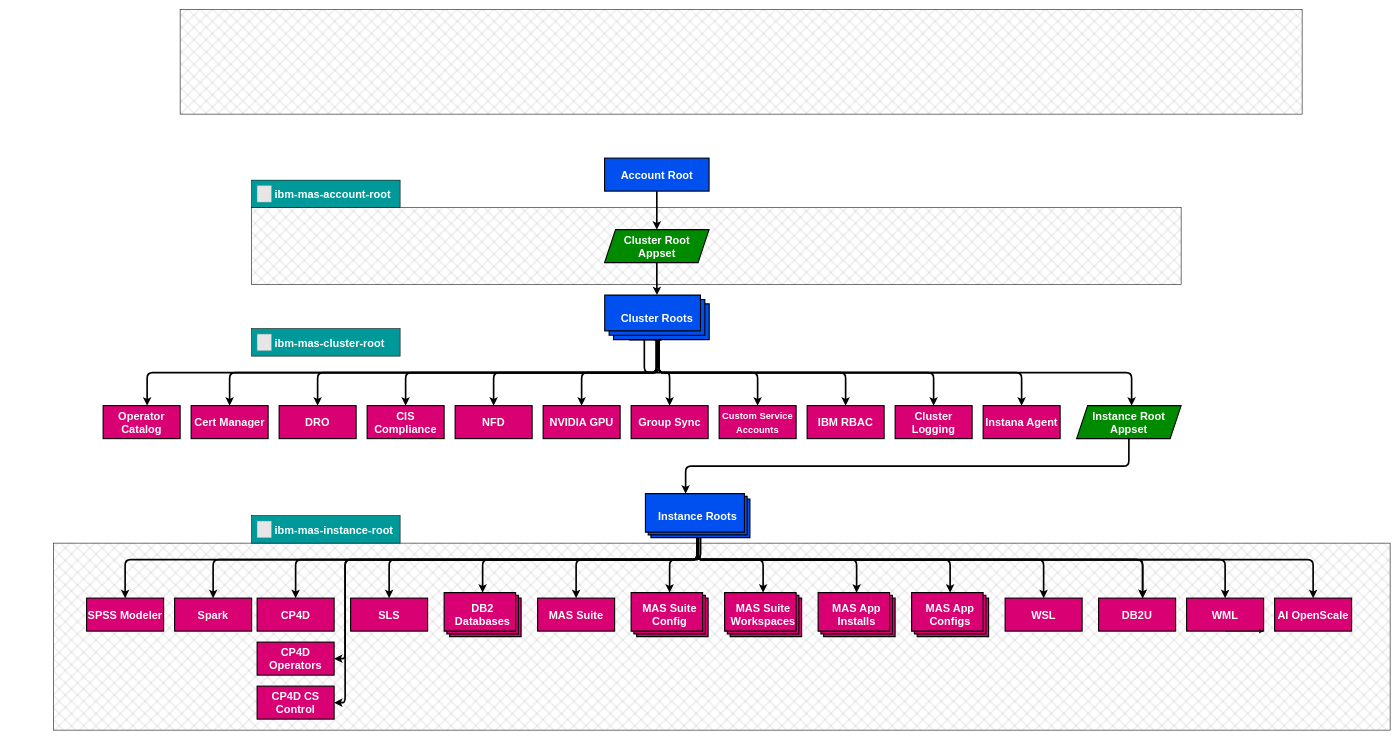
The draw.io diagram docs/drawio/appstructure.drawio in ibm-mas/gitops, before the edit. Source tidied: cells renumbered, new cells numbered last; positions are measured from the earlier drawing's top-left corner, leaving out a move shared by most shapes. Both pictures are drawn from the tidied source at 55%, with x=0, y=0 at pixel (53, 9). Pictures stored in the file or linked from it are replaced by grey dashed boxes.
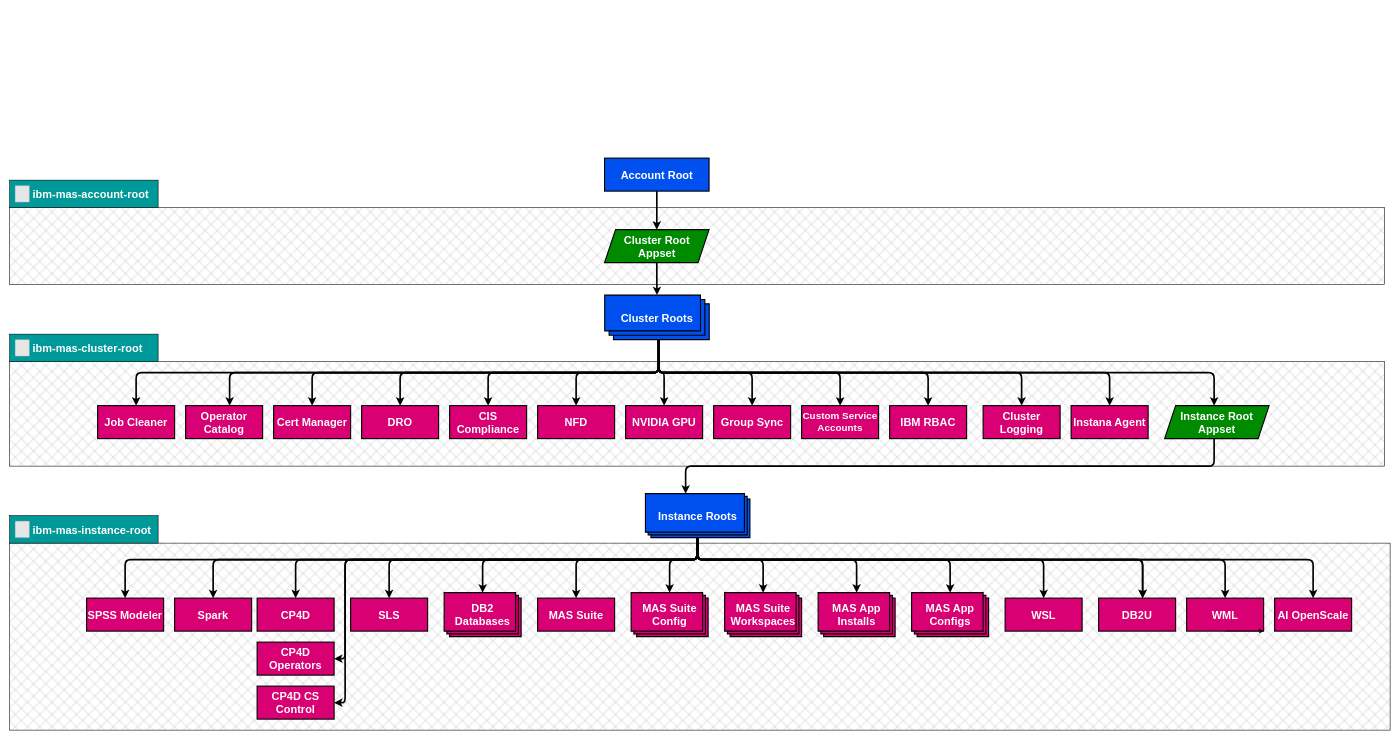
The same page after the edit.

The change refers to these unchanged cells:
```xml
<mxCell id="25" value="&lt;span style=&quot;color: rgb(255, 255, 255); font-family: Helvetica; font-size: 20px; font-style: normal; font-variant-ligatures: normal; font-variant-caps: normal; letter-spacing: normal; orphans: 2; text-indent: 0px; text-transform: none; widows: 2; word-spacing: 0px; -webkit-text-stroke-width: 0px; text-decoration-thickness: initial; text-decoration-style: initial; text-decoration-color: initial; float: none; display: inline !important;&quot;&gt;Cluster Roots&lt;/span&gt;" style="verticalLabelPosition=middle;verticalAlign=middle;html=1;shape=mxgraph.basic.layered_rect;dx=15.94;outlineConnect=0;fillColor=#0050ef;fontColor=#ffffff;strokeColor=#000000;labelPosition=center;align=center;labelBackgroundColor=none;whiteSpace=wrap;horizontal=1;fontStyle=1;fontSize=20;strokeWidth=2;spacing=0;" parent="1" vertex="1">
  <mxGeometry x="1002" y="519" width="190" height="81" as="geometry" />
</mxCell>
<mxCell id="36" value="Instance Roots" style="verticalLabelPosition=middle;verticalAlign=middle;html=1;shape=mxgraph.basic.layered_rect;dx=10;outlineConnect=0;fillColor=#0050ef;fontColor=#ffffff;strokeColor=#000000;labelPosition=center;align=center;labelBackgroundColor=none;whiteSpace=wrap;horizontal=1;fontStyle=1;fontSize=20;strokeWidth=2;spacing=0;" parent="1" vertex="1">
  <mxGeometry x="1076" y="880" width="190" height="80" as="geometry" />
</mxCell>
<mxCell id="63" value="CP4D Operators" style="rounded=0;whiteSpace=wrap;html=1;fillColor=#d80073;strokeColor=#000000;fontColor=#ffffff;fontStyle=1;fontSize=20;strokeWidth=2;align=center;spacing=0;" parent="1" vertex="1">
  <mxGeometry x="370" y="1150" width="140" height="60" as="geometry" />
</mxCell>
<mxCell id="64" value="CP4D CS Control" style="rounded=0;whiteSpace=wrap;html=1;fillColor=#d80073;strokeColor=#000000;fontColor=#ffffff;fontStyle=1;fontSize=20;strokeWidth=2;align=center;spacing=0;" parent="1" vertex="1">
  <mxGeometry x="370" y="1230" width="140" height="60" as="geometry" />
</mxCell>
```

The edit, as a diff of the source:
```diff
@@
+    <mxCell id="73" style="rounded=0;whiteSpace=wrap;html=1;strokeColor=#000000;strokeWidth=1;fontSize=20;fillColor=#9C9C9C;fillStyle=cross-hatch;" parent="1" vertex="1">
+      <mxGeometry x="-80" y="640" width="2500" height="190" as="geometry" />
+    </mxCell>
     <mxCell id="2" style="rounded=0;whiteSpace=wrap;html=1;strokeColor=#000000;strokeWidth=1;fontSize=20;fillColor=#9C9C9C;fillStyle=cross-hatch;" parent="1" vertex="1">
-      <mxGeometry y="970" width="2430" height="340" as="geometry" />
+      <mxGeometry x="-80" y="970" width="2510" height="340" as="geometry" />
     </mxCell>
     <mxCell id="3" style="rounded=0;whiteSpace=wrap;html=1;strokeColor=#000000;strokeWidth=1;fontSize=20;fillColor=#9C9C9C;fillStyle=cross-hatch;" parent="1" vertex="1">
-      <mxGeometry x="360" y="360" width="1690" height="140" as="geometry" />
+      <mxGeometry x="-80" y="360" width="2500" height="140" as="geometry" />
     </mxCell>
@@
-    <mxCell id="8" style="edgeStyle=orthogonalEdgeStyle;html=1;strokeWidth=3;orthogonal=1;strokeColor=#000000;exitX=0.5;exitY=1;exitDx=0;exitDy=0;" parent="1" edge="1" source="9">
+    <mxCell id="8" style="edgeStyle=orthogonalEdgeStyle;html=1;strokeWidth=3;orthogonal=1;strokeColor=#000000;" parent="1" edge="1" source="9">
       <mxGeometry relative="1" as="geometry">
         <mxPoint x="1149.1" y="880" as="targetPoint" />
         <Array as="points">
-          <mxPoint x="1955" y="830" />
+          <mxPoint x="2110" y="830" />
           <mxPoint x="1149" y="830" />
         </Array>
       </mxGeometry>
     </mxCell>
     <mxCell id="9" value="Instance Root Appset" style="shape=parallelogram;perimeter=parallelogramPerimeter;whiteSpace=wrap;html=1;fixedSize=1;fillColor=#008a00;fontColor=#ffffff;strokeColor=#000000;fontStyle=1;fontSize=20;strokeWidth=2;align=center;spacing=0;" parent="1" vertex="1">
-      <mxGeometry x="1860" y="720" width="190" height="60" as="geometry" />
+      <mxGeometry x="2020" y="720" width="190" height="60" as="geometry" />
     </mxCell>
     <mxCell id="10" value="Operator Catalog" style="rounded=0;whiteSpace=wrap;html=1;fillColor=#d80073;strokeColor=#000000;fontColor=#ffffff;fontStyle=1;fontSize=20;strokeWidth=2;align=center;spacing=0;" parent="1" vertex="1">
-      <mxGeometry x="90" y="720" width="140" height="60" as="geometry" />
+      <mxGeometry x="240" y="720" width="140" height="60" as="geometry" />
     </mxCell>
     <mxCell id="11" value="Cert Manager" style="rounded=0;whiteSpace=wrap;html=1;fillColor=#d80073;strokeColor=#000000;fontColor=#ffffff;fontStyle=1;fontSize=20;strokeWidth=2;align=center;spacing=0;" parent="1" vertex="1">
-      <mxGeometry x="250" y="720" width="140" height="60" as="geometry" />
+      <mxGeometry x="400" y="720" width="140" height="60" as="geometry" />
     </mxCell>
     <mxCell id="12" value="DRO" style="rounded=0;whiteSpace=wrap;html=1;fillColor=#d80073;strokeColor=#000000;fontColor=#ffffff;fontStyle=1;fontSize=20;strokeWidth=2;align=center;spacing=0;" parent="1" vertex="1">
-      <mxGeometry x="410" y="720" width="140" height="60" as="geometry" />
+      <mxGeometry x="560" y="720" width="140" height="60" as="geometry" />
     </mxCell>
     <mxCell id="13" value="CIS Compliance" style="rounded=0;whiteSpace=wrap;html=1;fillColor=#d80073;strokeColor=#000000;fontColor=#ffffff;fontStyle=1;fontSize=20;strokeWidth=2;align=center;spacing=0;" parent="1" vertex="1">
-      <mxGeometry x="570" y="720" width="140" height="60" as="geometry" />
+      <mxGeometry x="720" y="720" width="140" height="60" as="geometry" />
     </mxCell>
     <mxCell id="14" value="NFD" style="rounded=0;whiteSpace=wrap;html=1;fillColor=#d80073;strokeColor=#000000;fontColor=#ffffff;fontStyle=1;fontSize=20;strokeWidth=2;align=center;spacing=0;" parent="1" vertex="1">
-      <mxGeometry x="730" y="720" width="140" height="60" as="geometry" />
+      <mxGeometry x="880" y="720" width="140" height="60" as="geometry" />
     </mxCell>
@@
-    <mxCell id="19" style="edgeStyle=orthogonalEdgeStyle;html=1;strokeWidth=3;orthogonal=1;strokeColor=#000000;" parent="1" edge="1">
+    <mxCell id="19" style="edgeStyle=orthogonalEdgeStyle;html=1;strokeWidth=3;orthogonal=1;strokeColor=#000000;" parent="1" edge="1" source="25">
       <mxGeometry relative="1" as="geometry">
-        <mxPoint x="1046" y="600" as="sourcePoint" />
-        <mxPoint x="320" y="720" as="targetPoint" />
+        <mxPoint x="470" y="720" as="targetPoint" />
         <Array as="points">
-          <mxPoint x="1100" y="600" />
           <mxPoint x="1100" y="660" />
-          <mxPoint x="320" y="660" />
+          <mxPoint x="470" y="660" />
         </Array>
       </mxGeometry>
     </mxCell>
-    <mxCell id="20" style="edgeStyle=orthogonalEdgeStyle;html=1;strokeWidth=3;orthogonal=1;strokeColor=#000000;entryX=0.5;entryY=0;entryDx=0;entryDy=0;" parent="1" edge="1" source="25" target="12">
+    <mxCell id="20" style="edgeStyle=orthogonalEdgeStyle;html=1;strokeWidth=3;orthogonal=1;strokeColor=#000000;entryX=0.5;entryY=0;entryDx=0;entryDy=0;" parent="1" edge="1" target="12">
       <mxGeometry relative="1" as="geometry">
+        <mxPoint x="1100" y="610" as="sourcePoint" />
         <Array as="points">
-          <mxPoint x="1096" y="660" />
-          <mxPoint x="480" y="660" />
+          <mxPoint x="1100" y="600" />
+          <mxPoint x="1100" y="660" />
+          <mxPoint x="630" y="660" />
         </Array>
       </mxGeometry>
     </mxCell>
     <mxCell id="21" style="edgeStyle=orthogonalEdgeStyle;html=1;strokeWidth=3;orthogonal=1;strokeColor=#000000;entryX=0.5;entryY=0;entryDx=0;entryDy=0;" parent="1" edge="1" source="25" target="13">
       <mxGeometry relative="1" as="geometry">
         <Array as="points">
-          <mxPoint x="1096" y="660" />
-          <mxPoint x="640" y="660" />
+          <mxPoint x="1100" y="660" />
+          <mxPoint x="790" y="660" />
         </Array>
       </mxGeometry>
     </mxCell>
     <mxCell id="22" style="edgeStyle=orthogonalEdgeStyle;html=1;strokeWidth=3;orthogonal=1;strokeColor=#000000;entryX=0.5;entryY=0;entryDx=0;entryDy=0;" parent="1" edge="1" source="25" target="14">
       <mxGeometry relative="1" as="geometry">
         <Array as="points">
-          <mxPoint x="1097" y="660" />
-          <mxPoint x="800" y="660" />
+          <mxPoint x="1100" y="660" />
+          <mxPoint x="950" y="660" />
         </Array>
       </mxGeometry>
     </mxCell>
     <mxCell id="23" style="edgeStyle=orthogonalEdgeStyle;html=1;strokeWidth=3;orthogonal=1;strokeColor=#000000;entryX=0.5;entryY=0;entryDx=0;entryDy=0;" parent="1" edge="1" source="25" target="62">
       <mxGeometry relative="1" as="geometry">
         <Array as="points">
-          <mxPoint x="1096" y="660" />
-          <mxPoint x="960" y="660" />
+          <mxPoint x="1100" y="660" />
+          <mxPoint x="1110" y="660" />
         </Array>
       </mxGeometry>
     </mxCell>
-    <mxCell id="24" style="edgeStyle=orthogonalEdgeStyle;html=1;strokeWidth=3;orthogonal=1;strokeColor=#000000;" parent="1" edge="1" target="9">
+    <mxCell id="24" style="edgeStyle=orthogonalEdgeStyle;html=1;strokeWidth=3;orthogonal=1;strokeColor=#000000;" parent="1" edge="1" source="25" target="9">
       <mxGeometry relative="1" as="geometry">
-        <mxPoint x="1074" y="599" as="sourcePoint" />
         <Array as="points">
-          <mxPoint x="1074" y="660" />
-          <mxPoint x="1960" y="660" />
+          <mxPoint x="1100" y="660" />
+          <mxPoint x="2110" y="660" />
         </Array>
       </mxGeometry>
     </mxCell>
@@
-    <mxCell id="34" style="edgeStyle=orthogonalEdgeStyle;rounded=1;jettySize=auto;html=1;exitX=0;exitY=0;exitDx=100;exitDy=80;exitPerimeter=0;entryX=1;entryY=0.5;entryDx=0;entryDy=0;strokeWidth=3;curved=0;" parent="1" edge="1" source="36" target="63">
+    <mxCell id="34" style="edgeStyle=orthogonalEdgeStyle;rounded=1;jettySize=auto;html=1;entryX=1;entryY=0.5;entryDx=0;entryDy=0;strokeWidth=3;curved=0;" parent="1" edge="1" target="63">
       <mxGeometry relative="1" as="geometry">
+        <mxPoint x="1170" y="960" as="sourcePoint" />
         <Array as="points">
-          <mxPoint x="1176" y="1000" />
+          <mxPoint x="1170" y="960" />
+          <mxPoint x="1170" y="1000" />
           <mxPoint x="530" y="1000" />
           <mxPoint x="530" y="1180" />
         </Array>
       </mxGeometry>
     </mxCell>
-    <mxCell id="35" style="edgeStyle=orthogonalEdgeStyle;rounded=1;jettySize=auto;html=1;exitX=0;exitY=0;exitDx=100;exitDy=80;exitPerimeter=0;entryX=1;entryY=0.5;entryDx=0;entryDy=0;strokeWidth=3;curved=0;" parent="1" edge="1" source="36" target="64">
+    <mxCell id="35" style="edgeStyle=orthogonalEdgeStyle;rounded=1;jettySize=auto;html=1;entryX=1;entryY=0.5;entryDx=0;entryDy=0;strokeWidth=3;curved=0;" parent="1" edge="1" source="36" target="64">
       <mxGeometry relative="1" as="geometry">
         <Array as="points">
-          <mxPoint x="1176" y="1000" />
+          <mxPoint x="1170" y="1000" />
           <mxPoint x="530" y="1000" />
           <mxPoint x="530" y="1260" />
         </Array>
       </mxGeometry>
     </mxCell>
@@
     <mxCell id="44" value="&lt;font style=&quot;font-size: 20px;&quot;&gt;ibm-mas-account-root&lt;/font&gt;" style="rounded=0;whiteSpace=wrap;html=1;fillColor=#009999;strokeColor=#000000;fontSize=36;fontColor=#ffffff;strokeWidth=1;fontStyle=1;spacingLeft=42;align=left;spacing=0;verticalAlign=middle;spacingTop=-11;fillStyle=solid;" parent="1" vertex="1">
-      <mxGeometry x="360" y="310" width="270" height="50" as="geometry" />
+      <mxGeometry x="-80" y="310" width="270" height="50" as="geometry" />
     </mxCell>
     <mxCell id="45" style="fillColor=#E6E6E6;strokeColor=#999999;dashed=1;verticalLabelPosition=bottom;labelBackgroundColor=default;verticalAlign=top;" parent="1" vertex="1">
-      <mxGeometry x="370" y="320" width="26" height="30" as="geometry" />
+      <mxGeometry x="-70" y="320" width="26" height="30" as="geometry" />
     </mxCell>
     <mxCell id="46" value="&lt;font style=&quot;font-size: 20px;&quot;&gt;ibm-mas-cluster-root&lt;/font&gt;" style="rounded=0;whiteSpace=wrap;html=1;fillColor=#009999;strokeColor=#000000;fontSize=36;fontColor=#ffffff;strokeWidth=1;fontStyle=1;spacingLeft=42;align=left;spacing=0;verticalAlign=middle;spacingTop=-11;fillStyle=solid;" parent="1" vertex="1">
-      <mxGeometry x="360" y="580" width="270" height="50" as="geometry" />
+      <mxGeometry x="-80" y="590" width="270" height="50" as="geometry" />
     </mxCell>
     <mxCell id="47" style="fillColor=#E6E6E6;strokeColor=#999999;dashed=1;verticalLabelPosition=bottom;labelBackgroundColor=default;verticalAlign=top;" parent="1" vertex="1">
-      <mxGeometry x="370" y="590" width="26" height="30" as="geometry" />
+      <mxGeometry x="-70" y="600" width="26" height="30" as="geometry" />
     </mxCell>
     <mxCell id="48" value="&lt;font style=&quot;font-size: 20px;&quot;&gt;ibm-mas-instance-root&lt;/font&gt;" style="rounded=0;whiteSpace=wrap;html=1;fillColor=#009999;strokeColor=#000000;fontSize=36;fontColor=#ffffff;strokeWidth=1;fontStyle=1;spacingLeft=42;align=left;spacing=0;verticalAlign=middle;spacingTop=-11;fillStyle=solid;" parent="1" vertex="1">
-      <mxGeometry x="360" y="920" width="270" height="50" as="geometry" />
+      <mxGeometry x="-80" y="920" width="270" height="50" as="geometry" />
     </mxCell>
     <mxCell id="49" style="fillColor=#E6E6E6;strokeColor=#999999;dashed=1;verticalLabelPosition=bottom;labelBackgroundColor=default;verticalAlign=top;" parent="1" vertex="1">
-      <mxGeometry x="370" y="930" width="26" height="30" as="geometry" />
+      <mxGeometry x="-70" y="930" width="26" height="30" as="geometry" />
     </mxCell>
@@
     <mxCell id="62" value="NVIDIA GPU" style="rounded=0;whiteSpace=wrap;html=1;fillColor=#d80073;strokeColor=#000000;fontColor=#ffffff;fontStyle=1;fontSize=20;strokeWidth=2;align=center;spacing=0;" parent="1" vertex="1">
-      <mxGeometry x="890" y="720" width="140" height="60" as="geometry" />
+      <mxGeometry x="1040" y="720" width="140" height="60" as="geometry" />
     </mxCell>
@@
-    <mxCell id="65" value="&lt;font style=&quot;font-size: 17px;&quot;&gt;Custom Service Accounts&lt;/font&gt;" style="rounded=0;whiteSpace=wrap;html=1;fillColor=#d80073;strokeColor=#000000;fontColor=#ffffff;fontStyle=1;fontSize=20;strokeWidth=2;align=center;spacing=0;" parent="1" vertex="1">
-      <mxGeometry x="1210" y="720" width="140" height="60" as="geometry" />
+    <mxCell id="65" value="Custom Service Accounts" style="rounded=0;whiteSpace=wrap;fillColor=#d80073;strokeColor=#000000;fontColor=#FFFFFF;fontStyle=1;fontSize=18;strokeWidth=2;align=center;spacing=0;labelBorderColor=none;html=1;" parent="1" vertex="1">
+      <mxGeometry x="1360" y="720" width="140" height="60" as="geometry" />
     </mxCell>
     <mxCell id="66" value="Group Sync" style="rounded=0;whiteSpace=wrap;html=1;fillColor=#d80073;strokeColor=#000000;fontColor=#ffffff;fontStyle=1;fontSize=20;strokeWidth=2;align=center;spacing=0;" parent="1" vertex="1">
-      <mxGeometry x="1050" y="720" width="140" height="60" as="geometry" />
+      <mxGeometry x="1200" y="720" width="140" height="60" as="geometry" />
     </mxCell>
     <mxCell id="67" value="IBM RBAC" style="rounded=0;whiteSpace=wrap;html=1;fillColor=#d80073;strokeColor=#000000;fontColor=#ffffff;fontStyle=1;fontSize=20;strokeWidth=2;align=center;spacing=0;" parent="1" vertex="1">
-      <mxGeometry x="1370" y="720" width="140" height="60" as="geometry" />
+      <mxGeometry x="1520" y="720" width="140" height="60" as="geometry" />
     </mxCell>
     <mxCell id="68" value="Cluster Logging" style="rounded=0;whiteSpace=wrap;html=1;fillColor=#d80073;strokeColor=#000000;fontColor=#ffffff;fontStyle=1;fontSize=20;strokeWidth=2;align=center;spacing=0;" parent="1" vertex="1">
-      <mxGeometry x="1530" y="720" width="140" height="60" as="geometry" />
+      <mxGeometry x="1690" y="720" width="140" height="60" as="geometry" />
     </mxCell>
     <mxCell id="69" style="edgeStyle=orthogonalEdgeStyle;html=1;strokeWidth=3;orthogonal=1;strokeColor=#000000;" parent="1" edge="1">
       <mxGeometry relative="1" as="geometry">
-        <mxPoint x="1100" y="610" as="sourcePoint" />
-        <mxPoint x="1120" y="720" as="targetPoint" />
+        <mxPoint x="1100" y="600" as="sourcePoint" />
+        <mxPoint x="1270" y="720" as="targetPoint" />
         <Array as="points">
-          <mxPoint x="1100" y="600" />
+          <mxPoint x="1100" y="610" />
           <mxPoint x="1100" y="660" />
-          <mxPoint x="1120" y="660" />
+          <mxPoint x="1270" y="660" />
         </Array>
       </mxGeometry>
     </mxCell>
     <mxCell id="70" style="edgeStyle=orthogonalEdgeStyle;html=1;strokeWidth=3;orthogonal=1;strokeColor=#000000;" parent="1" edge="1">
       <mxGeometry relative="1" as="geometry">
         <mxPoint x="1100" y="600" as="sourcePoint" />
-        <mxPoint x="1280" y="720" as="targetPoint" />
+        <mxPoint x="1430" y="720" as="targetPoint" />
         <Array as="points">
           <mxPoint x="1100" y="600" />
           <mxPoint x="1100" y="660" />
-          <mxPoint x="1280" y="660" />
+          <mxPoint x="1430" y="660" />
         </Array>
       </mxGeometry>
     </mxCell>
-    <mxCell id="71" style="edgeStyle=orthogonalEdgeStyle;html=1;strokeWidth=3;orthogonal=1;strokeColor=#000000;entryX=0.5;entryY=0;entryDx=0;entryDy=0;" parent="1" edge="1" target="68">
+    <mxCell id="71" style="edgeStyle=orthogonalEdgeStyle;html=1;strokeWidth=3;orthogonal=1;strokeColor=#000000;" parent="1" edge="1">
       <mxGeometry relative="1" as="geometry">
         <mxPoint x="1100" y="600" as="sourcePoint" />
+        <mxPoint x="1760" y="720" as="targetPoint" />
         <Array as="points">
+          <mxPoint x="1100" y="600" />
           <mxPoint x="1100" y="660" />
-          <mxPoint x="1600" y="660" />
+          <mxPoint x="1760" y="660" />
         </Array>
       </mxGeometry>
     </mxCell>
-    <mxCell id="72" style="edgeStyle=orthogonalEdgeStyle;html=1;strokeWidth=3;orthogonal=1;strokeColor=#000000;exitX=0;exitY=0;exitDx=102.97;exitDy=81;exitPerimeter=0;entryX=0.5;entryY=0;entryDx=0;entryDy=0;" parent="1" edge="1" source="25" target="76">
+    <mxCell id="72" style="edgeStyle=orthogonalEdgeStyle;html=1;strokeWidth=3;orthogonal=1;strokeColor=#000000;" parent="1" edge="1" source="25">
       <mxGeometry relative="1" as="geometry">
+        <mxPoint x="1920" y="720" as="targetPoint" />
         <Array as="points">
-          <mxPoint x="1100" y="600" />
           <mxPoint x="1100" y="660" />
-          <mxPoint x="1760" y="660" />
+          <mxPoint x="1920" y="660" />
         </Array>
       </mxGeometry>
     </mxCell>
-    <mxCell id="73" style="rounded=0;whiteSpace=wrap;html=1;strokeColor=#000000;strokeWidth=1;fontSize=20;fillColor=#9C9C9C;fillStyle=cross-hatch;" parent="1" vertex="1">
-      <mxGeometry x="230" width="2040" height="190" as="geometry" />
-    </mxCell>
-    <mxCell id="74" style="edgeStyle=orthogonalEdgeStyle;html=1;strokeWidth=3;orthogonal=1;strokeColor=#000000;exitX=0;exitY=0;exitDx=102.97;exitDy=81;exitPerimeter=0;" parent="1" edge="1" source="25">
+    <mxCell id="74" style="edgeStyle=orthogonalEdgeStyle;html=1;strokeWidth=3;orthogonal=1;strokeColor=#000000;" parent="1" edge="1" source="25">
       <mxGeometry relative="1" as="geometry">
-        <mxPoint x="170" y="720" as="targetPoint" />
+        <mxPoint x="320" y="720" as="targetPoint" />
         <Array as="points">
-          <mxPoint x="1100" y="600" />
           <mxPoint x="1100" y="660" />
-          <mxPoint x="170" y="660" />
+          <mxPoint x="320" y="660" />
         </Array>
       </mxGeometry>
     </mxCell>
-    <mxCell id="75" style="edgeStyle=orthogonalEdgeStyle;html=1;strokeWidth=3;orthogonal=1;strokeColor=#000000;exitX=0;exitY=0;exitDx=102.97;exitDy=81;exitPerimeter=0;" parent="1" edge="1" source="25">
+    <mxCell id="75" style="edgeStyle=orthogonalEdgeStyle;html=1;strokeWidth=3;orthogonal=1;strokeColor=#000000;" parent="1" edge="1" source="25">
       <mxGeometry relative="1" as="geometry">
-        <mxPoint x="1440" y="720" as="targetPoint" />
+        <mxPoint x="1590" y="720" as="targetPoint" />
         <Array as="points">
-          <mxPoint x="1100" y="600" />
           <mxPoint x="1100" y="660" />
-          <mxPoint x="1440" y="660" />
+          <mxPoint x="1590" y="660" />
         </Array>
       </mxGeometry>
     </mxCell>
     <mxCell id="76" value="Instana Agent" style="rounded=0;whiteSpace=wrap;html=1;fillColor=#d80073;strokeColor=#000000;fontColor=#ffffff;fontStyle=1;fontSize=20;strokeWidth=2;align=center;spacing=0;" parent="1" vertex="1">
-      <mxGeometry x="1690" y="720" width="140" height="60" as="geometry" />
+      <mxGeometry x="1850" y="720" width="140" height="60" as="geometry" />
     </mxCell>
+    <mxCell id="77" value="Job Cleaner" style="rounded=0;whiteSpace=wrap;html=1;fillColor=#d80073;strokeColor=#000000;fontColor=#ffffff;fontStyle=1;fontSize=20;strokeWidth=2;align=center;spacing=0;" parent="1" vertex="1">
+      <mxGeometry x="80" y="720" width="140" height="60" as="geometry" />
+    </mxCell>
+    <mxCell id="78" style="edgeStyle=orthogonalEdgeStyle;html=1;strokeWidth=3;orthogonal=1;strokeColor=#000000;" parent="1" edge="1" target="77">
+      <mxGeometry relative="1" as="geometry">
+        <mxPoint x="1100" y="600" as="sourcePoint" />
+        <Array as="points">
+          <mxPoint x="1100" y="600" />
+          <mxPoint x="1100" y="660" />
+          <mxPoint x="150" y="660" />
+        </Array>
+      </mxGeometry>
+    </mxCell>
```
